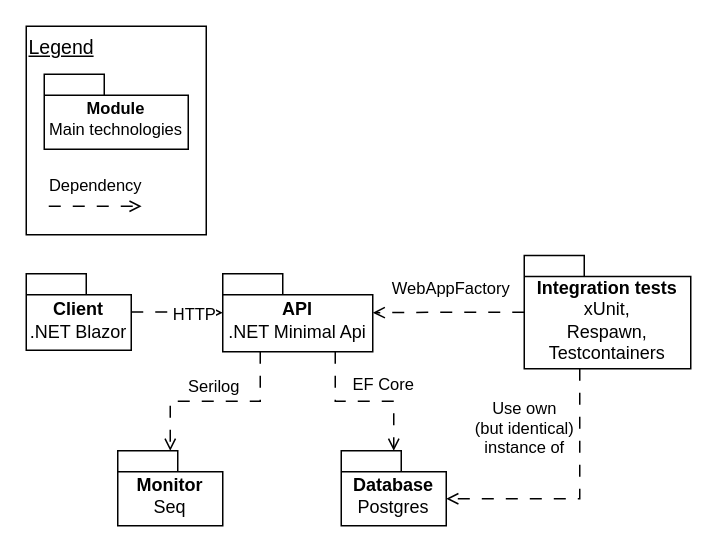
Above: page "module" (4 of 4) of report/images/Devops.drawio in Grumlebob/The-Pentuple-MiniTwit (draw.io), before the change. Source tidied: cells renumbered, new cells numbered last; positions are measured from the earlier drawing's top-left corner, leaving out a move shared by most shapes. Both pictures are drawn from the tidied source at 150%, with x=0, y=0 at pixel (26, 26).
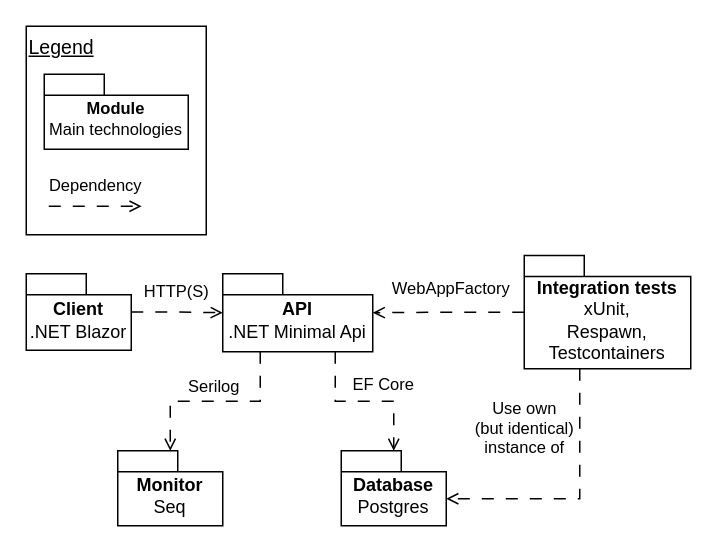
After the change.

The edit, as a diff of the source:
```diff
@@
 <mxGraphModel>
   <root>
     <mxCell id="0" />
     <mxCell id="1" parent="0" />
     <mxCell id="2" value="Serilog" style="edgeStyle=orthogonalEdgeStyle;shape=connector;rounded=0;jettySize=auto;html=1;dashed=1;dashPattern=8 8;strokeColor=default;align=center;verticalAlign=middle;fontFamily=Helvetica;fontSize=11;fontColor=default;labelBackgroundColor=default;endArrow=open;endFill=0;exitX=0.25;exitY=1;exitDx=0;exitDy=0;exitPerimeter=0;" parent="1" edge="1" source="4" target="10">
       <mxGeometry x="0.02" y="-10" relative="1" as="geometry" />
     </mxCell>
     <mxCell id="3" value="EF Core" style="edgeStyle=orthogonalEdgeStyle;shape=connector;rounded=0;jettySize=auto;html=1;exitX=0.75;exitY=1;exitDx=0;exitDy=0;exitPerimeter=0;dashed=1;dashPattern=8 8;strokeColor=default;align=center;verticalAlign=middle;fontFamily=Helvetica;fontSize=11;fontColor=default;labelBackgroundColor=default;endArrow=open;endFill=0;" parent="1" edge="1" source="4" target="7">
       <mxGeometry x="0.24" y="11" relative="1" as="geometry" />
     </mxCell>
     <mxCell id="4" value="API&lt;br&gt;&lt;span style=&quot;font-weight: normal;&quot;&gt;.NET Minimal Api&lt;/span&gt;" style="shape=folder;fontStyle=1;spacingTop=10;tabWidth=40;tabHeight=14;tabPosition=left;html=1;whiteSpace=wrap;" parent="1" vertex="1">
       <mxGeometry x="131" y="165" width="100" height="52" as="geometry" />
     </mxCell>
-    <mxCell id="5" value="HTTP" style="edgeStyle=orthogonalEdgeStyle;shape=connector;rounded=0;jettySize=auto;html=1;dashed=1;dashPattern=8 8;strokeColor=default;align=center;verticalAlign=middle;fontFamily=Helvetica;fontSize=11;fontColor=default;labelBackgroundColor=default;endArrow=open;endFill=0;" parent="1" edge="1" source="6" target="4">
-      <mxGeometry x="-0.01" y="-12" relative="1" as="geometry">
-        <mxPoint x="12" y="-11" as="offset" />
+    <mxCell id="5" value="HTTP(S)" style="edgeStyle=orthogonalEdgeStyle;shape=connector;rounded=0;jettySize=auto;html=1;dashed=1;dashPattern=8 8;strokeColor=default;align=center;verticalAlign=middle;fontFamily=Helvetica;fontSize=11;fontColor=default;labelBackgroundColor=default;endArrow=open;endFill=0;" parent="1" edge="1" source="6" target="4">
+      <mxGeometry x="-0.01" y="-13" relative="1" as="geometry">
+        <mxPoint y="-27" as="offset" />
       </mxGeometry>
     </mxCell>
     <mxCell id="6" value="Client&lt;br&gt;&lt;span style=&quot;font-weight: normal;&quot;&gt;.NET Blazor&lt;/span&gt;" style="shape=folder;fontStyle=1;spacingTop=10;tabWidth=40;tabHeight=14;tabPosition=left;html=1;whiteSpace=wrap;" parent="1" vertex="1">
       <mxGeometry y="165" width="70" height="51" as="geometry" />
     </mxCell>
     <mxCell id="7" value="Database&lt;br&gt;&lt;span style=&quot;font-weight: normal;&quot;&gt;Postgres&lt;/span&gt;" style="shape=folder;fontStyle=1;spacingTop=10;tabWidth=40;tabHeight=14;tabPosition=left;html=1;whiteSpace=wrap;" parent="1" vertex="1">
       <mxGeometry x="210" y="283" width="70" height="50" as="geometry" />
     </mxCell>
     <mxCell id="8" value="WebAppFactory" style="edgeStyle=orthogonalEdgeStyle;shape=connector;rounded=0;jettySize=auto;html=1;dashed=1;dashPattern=8 8;strokeColor=default;align=center;verticalAlign=middle;fontFamily=Helvetica;fontSize=11;fontColor=default;labelBackgroundColor=default;endArrow=open;endFill=0;" parent="1" edge="1" source="9" target="4">
       <mxGeometry x="-0.03" y="-16" relative="1" as="geometry" />
     </mxCell>
     <mxCell id="9" value="Integration tests&lt;br&gt;&lt;span style=&quot;font-weight: normal;&quot;&gt;xUnit, &lt;br&gt;Respawn, Testcontainers&lt;/span&gt;" style="shape=folder;fontStyle=1;spacingTop=10;tabWidth=40;tabHeight=14;tabPosition=left;html=1;whiteSpace=wrap;" parent="1" vertex="1">
       <mxGeometry x="332" y="152.8" width="111" height="75.5" as="geometry" />
     </mxCell>
     <mxCell id="10" value="Monitor&lt;div&gt;&lt;span style=&quot;font-weight: normal;&quot;&gt;Seq&lt;/span&gt;&lt;/div&gt;" style="shape=folder;fontStyle=1;spacingTop=10;tabWidth=40;tabHeight=14;tabPosition=left;html=1;whiteSpace=wrap;" parent="1" vertex="1">
       <mxGeometry x="61" y="283" width="70" height="50" as="geometry" />
     </mxCell>
     <mxCell id="11" value="&lt;span&gt;Legend&lt;/span&gt;" style="rounded=0;whiteSpace=wrap;html=1;fontFamily=Helvetica;fontSize=13;fontColor=default;labelBackgroundColor=default;align=left;verticalAlign=top;fontStyle=4;" parent="1" vertex="1">
       <mxGeometry width="120" height="139" as="geometry" />
     </mxCell>
     <mxCell id="12" value="Module&lt;br&gt;&lt;span style=&quot;font-weight: normal;&quot;&gt;Main technologies&lt;/span&gt;" style="shape=folder;fontStyle=1;spacingTop=10;tabWidth=40;tabHeight=14;tabPosition=left;html=1;whiteSpace=wrap;fontFamily=Helvetica;fontSize=11;fontColor=default;labelBackgroundColor=default;" parent="1" vertex="1">
       <mxGeometry x="12" y="32" width="96" height="50" as="geometry" />
     </mxCell>
     <mxCell id="13" value="Dependency" style="edgeStyle=orthogonalEdgeStyle;shape=connector;rounded=0;orthogonalLoop=1;jettySize=auto;html=1;dashed=1;dashPattern=8 8;strokeColor=default;align=center;verticalAlign=middle;fontFamily=Helvetica;fontSize=11;fontColor=default;labelBackgroundColor=default;endArrow=open;endFill=0;" parent="1" edge="1">
       <mxGeometry y="14" relative="1" as="geometry">
         <mxPoint x="15" y="120" as="sourcePoint" />
         <mxPoint x="76.9" y="120" as="targetPoint" />
       </mxGeometry>
     </mxCell>
     <mxCell id="14" value="Use own &lt;br&gt;(but identical)&lt;br&gt;instance of" style="edgeStyle=orthogonalEdgeStyle;shape=connector;rounded=0;jettySize=auto;html=1;entryX=0;entryY=0;entryDx=70;entryDy=32;entryPerimeter=0;dashed=1;dashPattern=8 8;strokeColor=default;align=center;verticalAlign=middle;fontFamily=Helvetica;fontSize=11;fontColor=default;labelBackgroundColor=default;endArrow=open;endFill=0;" parent="1" edge="1" source="9" target="7">
       <mxGeometry x="-0.54" y="-37" relative="1" as="geometry">
         <Array as="points">
           <mxPoint x="369" y="315" />
         </Array>
       </mxGeometry>
     </mxCell>
   </root>
 </mxGraphModel>
```
